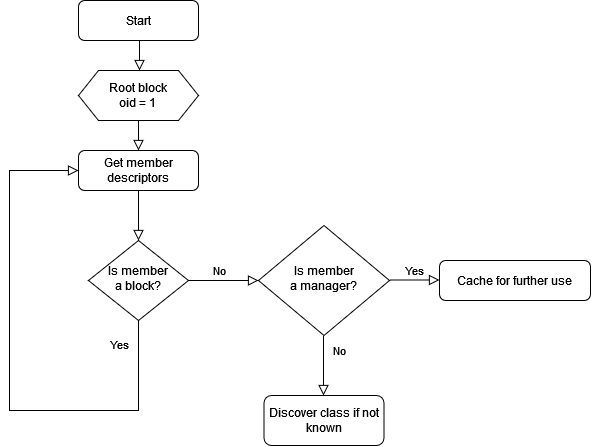
This is docs/images/exploring-device-tree.png from AMWA-TV/info-006, a draw.io export, as it was before one commit. Source tidied: cells renumbered, new cells last; positions are measured from the earlier drawing's top-left corner, leaving out a move shared by most shapes. Its diagram source:
```xml
<mxGraphModel>
  <root>
    <mxCell id="0" />
    <mxCell id="1" parent="0" />
    <mxCell id="2" style="rounded=0;html=1;jettySize=auto;fontSize=11;endArrow=block;endFill=0;endSize=8;strokeWidth=1;shadow=0;labelBackgroundColor=none;edgeStyle=orthogonalEdgeStyle;" parent="1" edge="1" source="3" target="5">
      <mxGeometry relative="1" as="geometry" />
    </mxCell>
    <mxCell id="3" value="&lt;div&gt;Get member&lt;/div&gt;&lt;div&gt;descriptors&lt;br&gt;&lt;/div&gt;" style="rounded=1;whiteSpace=wrap;html=1;fontSize=12;glass=0;strokeWidth=1;shadow=0;" parent="1" vertex="1">
      <mxGeometry x="69" y="150" width="120" height="40" as="geometry" />
    </mxCell>
    <mxCell id="4" value="Yes" style="rounded=0;html=1;jettySize=auto;fontSize=11;endArrow=block;endFill=0;endSize=8;strokeWidth=1;shadow=0;labelBackgroundColor=none;edgeStyle=orthogonalEdgeStyle;entryX=0;entryY=0.5;entryDx=0;entryDy=0;" parent="1" edge="1" source="5" target="3">
      <mxGeometry x="-0.91" y="-19" relative="1" as="geometry">
        <Array as="points">
          <mxPoint x="129" y="410" />
          <mxPoint y="410" />
          <mxPoint y="170" />
        </Array>
      </mxGeometry>
    </mxCell>
    <mxCell id="5" value="&lt;div&gt;Is member&lt;/div&gt;&lt;div&gt;a block?&lt;br&gt;&lt;/div&gt;" style="rhombus;whiteSpace=wrap;html=1;shadow=0;fontFamily=Helvetica;fontSize=12;align=center;strokeWidth=1;spacing=6;spacingTop=-4;" parent="1" vertex="1">
      <mxGeometry x="79" y="240" width="100" height="80" as="geometry" />
    </mxCell>
    <mxCell id="6" value="Discover class if not known" style="rounded=1;whiteSpace=wrap;html=1;fontSize=12;glass=0;strokeWidth=1;shadow=0;" parent="1" vertex="1">
      <mxGeometry x="254.5" y="395" width="120" height="50" as="geometry" />
    </mxCell>
    <mxCell id="7" value="No" style="rounded=0;html=1;jettySize=auto;fontSize=11;endArrow=block;endFill=0;endSize=8;strokeWidth=1;shadow=0;labelBackgroundColor=none;edgeStyle=orthogonalEdgeStyle;exitX=1;exitY=0.5;exitDx=0;exitDy=0;entryX=0;entryY=0.5;entryDx=0;entryDy=0;" parent="1" edge="1" source="5" target="9">
      <mxGeometry x="-0.11" y="10" relative="1" as="geometry" />
    </mxCell>
    <mxCell id="8" value="Cache for further use" style="rounded=1;whiteSpace=wrap;html=1;fontSize=12;glass=0;strokeWidth=1;shadow=0;" parent="1" vertex="1">
      <mxGeometry x="430" y="260" width="151" height="40" as="geometry" />
    </mxCell>
    <mxCell id="9" value="&lt;div style=&quot;font-size: 12px;&quot;&gt;Is member&lt;/div&gt;&lt;div style=&quot;font-size: 12px;&quot;&gt;a manager?&lt;/div&gt;" style="rhombus;whiteSpace=wrap;html=1;shadow=0;fontFamily=Helvetica;fontSize=12;align=center;strokeWidth=1;spacing=6;spacingTop=-4;" parent="1" vertex="1">
      <mxGeometry x="249" y="225" width="131" height="110" as="geometry" />
    </mxCell>
    <mxCell id="10" value="Yes" style="edgeStyle=orthogonalEdgeStyle;rounded=0;html=1;jettySize=auto;orthogonalLoop=1;fontSize=11;endArrow=block;endFill=0;endSize=8;strokeWidth=1;shadow=0;labelBackgroundColor=none;" parent="1" edge="1">
      <mxGeometry y="10" relative="1" as="geometry">
        <mxPoint x="380" y="279.5" as="sourcePoint" />
        <mxPoint x="430" y="279.5" as="targetPoint" />
      </mxGeometry>
    </mxCell>
    <mxCell id="11" value="No" style="rounded=0;html=1;jettySize=auto;orthogonalLoop=1;fontSize=11;endArrow=block;endFill=0;endSize=8;strokeWidth=1;shadow=0;labelBackgroundColor=none;edgeStyle=orthogonalEdgeStyle;" parent="1" edge="1">
      <mxGeometry x="-0.5" y="16" relative="1" as="geometry">
        <mxPoint x="314" y="335" as="sourcePoint" />
        <mxPoint x="314" y="395" as="targetPoint" />
      </mxGeometry>
    </mxCell>
    <mxCell id="12" value="&lt;div&gt;Root block&lt;/div&gt;&lt;div&gt;oid = 1&lt;br&gt;&lt;/div&gt;" style="shape=hexagon;perimeter=hexagonPerimeter2;whiteSpace=wrap;html=1;fixedSize=1;" parent="1" vertex="1">
      <mxGeometry x="69" y="70" width="120" height="50" as="geometry" />
    </mxCell>
    <mxCell id="13" value="Start" style="rounded=1;whiteSpace=wrap;html=1;fontSize=12;glass=0;strokeWidth=1;shadow=0;" parent="1" vertex="1">
      <mxGeometry x="69" width="120" height="40" as="geometry" />
    </mxCell>
    <mxCell id="14" style="rounded=0;html=1;jettySize=auto;fontSize=11;endArrow=block;endFill=0;endSize=8;strokeWidth=1;shadow=0;labelBackgroundColor=none;edgeStyle=orthogonalEdgeStyle;exitX=0.5;exitY=1;exitDx=0;exitDy=0;" parent="1" edge="1" source="12">
      <mxGeometry relative="1" as="geometry">
        <mxPoint x="129" y="150" as="targetPoint" />
      </mxGeometry>
    </mxCell>
    <mxCell id="15" style="rounded=0;html=1;jettySize=auto;fontSize=11;endArrow=block;endFill=0;endSize=8;strokeWidth=1;shadow=0;labelBackgroundColor=none;edgeStyle=orthogonalEdgeStyle;exitX=0.5;exitY=1;exitDx=0;exitDy=0;" parent="1" edge="1" source="13">
      <mxGeometry relative="1" as="geometry">
        <mxPoint x="130" y="70" as="targetPoint" />
      </mxGeometry>
    </mxCell>
  </root>
</mxGraphModel>
```
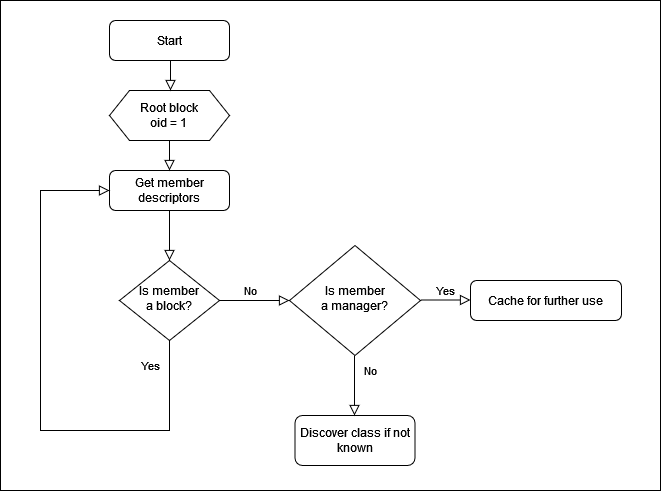
After the commit.

Change to the diagram source:
```diff
@@ -2,6 +2,9 @@
   <root>
     <mxCell id="0" />
     <mxCell id="1" parent="0" />
+    <mxCell id="16" style="rounded=0;whiteSpace=wrap;html=1;" parent="1" vertex="1">
+      <mxGeometry x="-40" y="-20" width="660" height="490" as="geometry" />
+    </mxCell>
     <mxCell id="2" style="rounded=0;html=1;jettySize=auto;fontSize=11;endArrow=block;endFill=0;endSize=8;strokeWidth=1;shadow=0;labelBackgroundColor=none;edgeStyle=orthogonalEdgeStyle;" parent="1" edge="1" source="3" target="5">
       <mxGeometry relative="1" as="geometry" />
     </mxCell>
```
